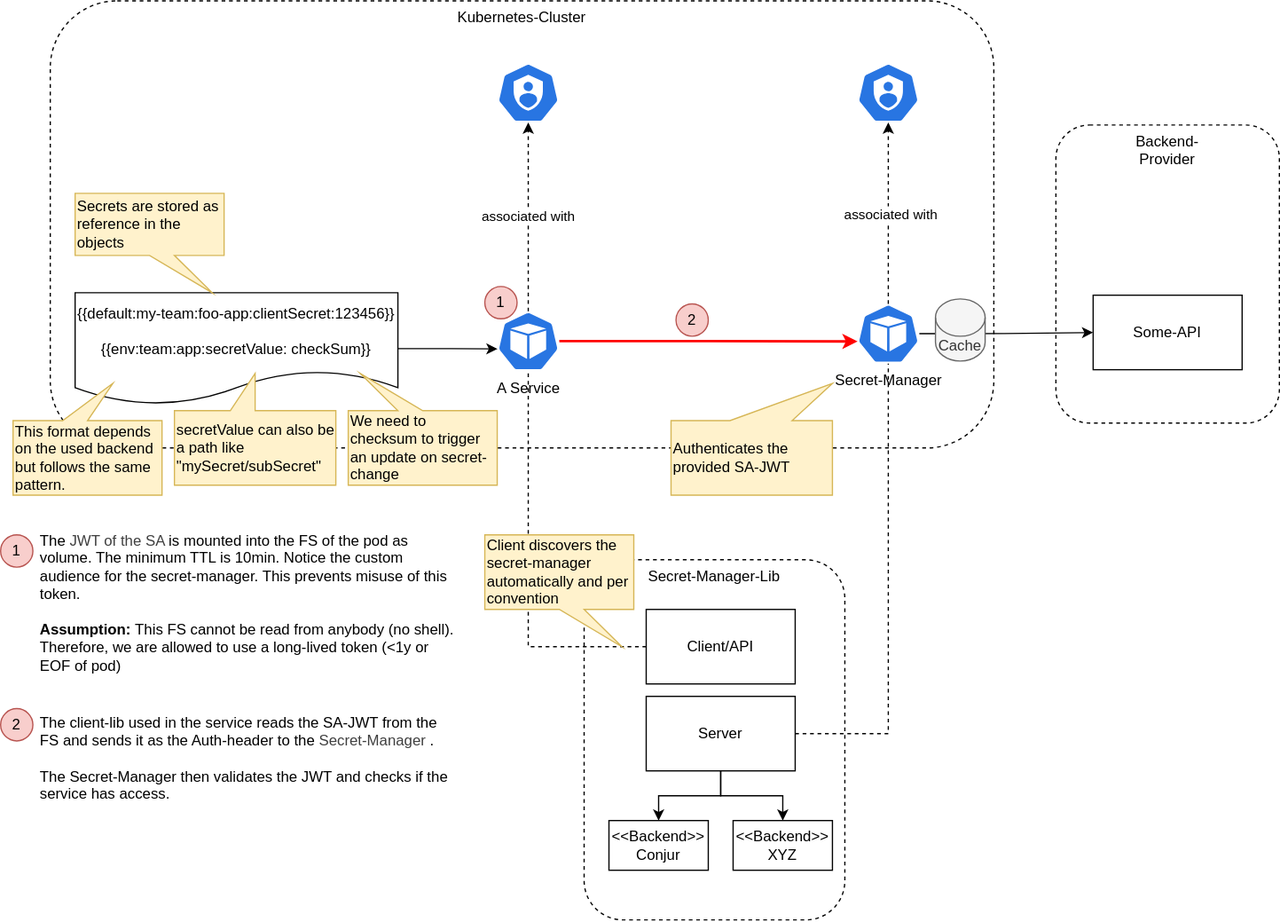
The draw.io diagram secret-manager/docs/overview.drawio.svg in telekom/controlplane, before a commit. Source tidied: cells renumbered, new cells last; positions are measured from the earlier drawing's top-left corner, leaving out a move shared by most shapes. The source it was exported from:
```xml
<mxGraphModel background="#ffffff">
  <root>
    <mxCell id="0" />
    <mxCell id="1" value="ct" parent="0" />
    <mxCell id="2" value="Secret-Manager-Lib" style="rounded=1;whiteSpace=wrap;html=1;fillColor=none;dashed=1;verticalAlign=top;" parent="1" vertex="1">
      <mxGeometry x="470" y="450" width="210" height="290" as="geometry" />
    </mxCell>
    <mxCell id="3" value="Kubernetes-Cluster" style="rounded=1;whiteSpace=wrap;html=1;fillColor=none;dashed=1;verticalAlign=top;" parent="1" vertex="1">
      <mxGeometry x="40" width="760" height="360" as="geometry" />
    </mxCell>
    <mxCell id="4" style="sketch=0;html=1;dashed=0;whitespace=wrap;verticalLabelPosition=bottom;verticalAlign=top;fillColor=#2875E2;strokeColor=#ffffff;points=[[0.005,0.63,0],[0.1,0.2,0],[0.9,0.2,0],[0.5,0,0],[0.995,0.63,0],[0.72,0.99,0],[0.5,1,0],[0.28,0.99,0]];shape=mxgraph.kubernetes.icon2;prIcon=sa;" parent="1" vertex="1">
      <mxGeometry x="400" y="50" width="50" height="48" as="geometry" />
    </mxCell>
    <mxCell id="5" value="associated with" style="edgeStyle=orthogonalEdgeStyle;rounded=0;jettySize=auto;html=1;dashed=1;" parent="1" edge="1" source="6" target="4">
      <mxGeometry relative="1" as="geometry" />
    </mxCell>
    <mxCell id="6" value="A Service" style="sketch=0;html=1;dashed=0;whitespace=wrap;verticalLabelPosition=bottom;verticalAlign=top;fillColor=#2875E2;strokeColor=#ffffff;points=[[0.005,0.63,0],[0.1,0.2,0],[0.9,0.2,0],[0.5,0,0],[0.995,0.63,0],[0.72,0.99,0],[0.5,1,0],[0.28,0.99,0]];shape=mxgraph.kubernetes.icon2;prIcon=pod;" parent="1" vertex="1">
      <mxGeometry x="400" y="250" width="50" height="48" as="geometry" />
    </mxCell>
    <mxCell id="7" value="&amp;nbsp;{{default:my-team:foo-app:clientSecret:123456}}&lt;br&gt;&lt;br&gt;&lt;div&gt;{{env:team:app:secretValue:&lt;span style=&quot;background-color: transparent; color: light-dark(rgb(0, 0, 0), rgb(255, 255, 255));&quot;&gt;checkSum}}&lt;/span&gt;&lt;/div&gt;" style="shape=document;whiteSpace=wrap;html=1;boundedLbl=1;" parent="1" vertex="1">
      <mxGeometry x="60" y="235" width="260" height="90" as="geometry" />
    </mxCell>
    <mxCell id="8" style="edgeStyle=orthogonalEdgeStyle;rounded=0;jettySize=auto;html=1;entryX=0.005;entryY=0.63;entryDx=0;entryDy=0;entryPerimeter=0;" parent="1" edge="1" source="7" target="6">
      <mxGeometry relative="1" as="geometry" />
    </mxCell>
    <mxCell id="9" value="Secrets are stored as reference in the objects" style="shape=callout;whiteSpace=wrap;html=1;perimeter=calloutPerimeter;position2=0.92;size=30;position=0.5;fillColor=#fff2cc;strokeColor=#d6b656;base=20;align=left;" parent="1" vertex="1">
      <mxGeometry x="60" y="155" width="120" height="80" as="geometry" />
    </mxCell>
    <mxCell id="10" style="edgeStyle=orthogonalEdgeStyle;rounded=0;jettySize=auto;html=1;elbow=vertical;curved=1;" parent="1" edge="1" source="11">
      <mxGeometry x="0.42" y="-2" relative="1" as="geometry">
        <mxPoint x="880" y="267.1" as="targetPoint" />
      </mxGeometry>
    </mxCell>
    <mxCell id="11" value="Secret-Manager" style="sketch=0;html=1;dashed=0;whitespace=wrap;verticalLabelPosition=bottom;verticalAlign=top;fillColor=#2875E2;strokeColor=#ffffff;points=[[0.005,0.63,0],[0.1,0.2,0],[0.9,0.2,0],[0.5,0,0],[0.995,0.63,0],[0.72,0.99,0],[0.5,1,0],[0.28,0.99,0]];shape=mxgraph.kubernetes.icon2;prIcon=pod;" parent="1" vertex="1">
      <mxGeometry x="690" y="244" width="50" height="48" as="geometry" />
    </mxCell>
    <mxCell id="12" style="edgeStyle=orthogonalEdgeStyle;rounded=0;jettySize=auto;html=1;entryX=0.005;entryY=0.63;entryDx=0;entryDy=0;entryPerimeter=0;fontColor=#FF0000;strokeColor=#FF0000;strokeWidth=2;" parent="1" edge="1" source="6" target="11">
      <mxGeometry relative="1" as="geometry" />
    </mxCell>
    <mxCell id="13" style="sketch=0;html=1;dashed=0;whitespace=wrap;verticalLabelPosition=bottom;verticalAlign=top;fillColor=#2875E2;strokeColor=#ffffff;shape=mxgraph.kubernetes.icon2;prIcon=sa;" parent="1" vertex="1">
      <mxGeometry x="690" y="50" width="50" height="48" as="geometry" />
    </mxCell>
    <mxCell id="14" style="edgeStyle=orthogonalEdgeStyle;rounded=0;orthogonalLoop=1;jettySize=auto;html=1;entryX=0.5;entryY=1;entryDx=0;entryDy=0;entryPerimeter=0;dashed=1;" parent="1" edge="1">
      <mxGeometry relative="1" as="geometry">
        <mxPoint x="715" y="244" as="sourcePoint" />
        <mxPoint x="715" y="98" as="targetPoint" />
      </mxGeometry>
    </mxCell>
    <mxCell id="15" value="associated with" style="edgeLabel;html=1;align=center;verticalAlign=middle;" parent="14" vertex="1">
      <mxGeometry x="-0.01" y="-1" relative="1" as="geometry" />
    </mxCell>
    <mxCell id="16" value="Authenticates the provided SA-JWT" style="shape=callout;whiteSpace=wrap;html=1;perimeter=calloutPerimeter;position2=0;size=30;position=0.25;fillColor=#fff2cc;strokeColor=#d6b656;base=50;align=left;direction=west;" parent="1" vertex="1">
      <mxGeometry x="540" y="308" width="130" height="90" as="geometry" />
    </mxCell>
    <mxCell id="17" value="Cache" style="shape=cylinder3;whiteSpace=wrap;html=1;boundedLbl=1;backgroundOutline=1;size=15;fillColor=#f5f5f5;fontColor=#333333;strokeColor=#666666;" parent="1" vertex="1">
      <mxGeometry x="753" y="240" width="40" height="50" as="geometry" />
    </mxCell>
    <mxCell id="18" style="edgeStyle=orthogonalEdgeStyle;rounded=0;jettySize=auto;html=1;dashed=1;endArrow=none;startFill=0;" parent="1" edge="1" source="19" target="6">
      <mxGeometry relative="1" as="geometry" />
    </mxCell>
    <mxCell id="19" value="Client/API" style="rounded=0;whiteSpace=wrap;html=1;" parent="1" vertex="1">
      <mxGeometry x="520" y="490" width="120" height="60" as="geometry" />
    </mxCell>
    <mxCell id="20" style="edgeStyle=orthogonalEdgeStyle;rounded=0;jettySize=auto;html=1;" parent="1" edge="1" source="22" target="23">
      <mxGeometry relative="1" as="geometry" />
    </mxCell>
    <mxCell id="21" style="edgeStyle=orthogonalEdgeStyle;rounded=0;jettySize=auto;html=1;" parent="1" edge="1" source="22" target="24">
      <mxGeometry relative="1" as="geometry" />
    </mxCell>
    <mxCell id="22" value="Server" style="rounded=0;whiteSpace=wrap;html=1;" parent="1" vertex="1">
      <mxGeometry x="520" y="560" width="120" height="60" as="geometry" />
    </mxCell>
    <mxCell id="23" value="&amp;lt;&amp;lt;Backend&amp;gt;&amp;gt;&lt;div&gt;Conjur&lt;/div&gt;" style="rounded=0;whiteSpace=wrap;html=1;" parent="1" vertex="1">
      <mxGeometry x="490" y="660" width="80" height="40" as="geometry" />
    </mxCell>
    <mxCell id="24" value="&amp;lt;&amp;lt;Backend&amp;gt;&amp;gt;&lt;div&gt;XYZ&lt;/div&gt;" style="rounded=0;whiteSpace=wrap;html=1;" parent="1" vertex="1">
      <mxGeometry x="590" y="660" width="80" height="40" as="geometry" />
    </mxCell>
    <mxCell id="25" style="edgeStyle=orthogonalEdgeStyle;rounded=0;jettySize=auto;html=1;entryX=0.5;entryY=1;entryDx=0;entryDy=0;entryPerimeter=0;dashed=1;endArrow=none;startFill=0;" parent="1" edge="1" source="22" target="11">
      <mxGeometry relative="1" as="geometry" />
    </mxCell>
    <mxCell id="26" value="We need to checksum to trigger an update on secret-change" style="shape=callout;whiteSpace=wrap;html=1;perimeter=calloutPerimeter;position2=0.92;size=30;position=0.5;fillColor=#fff2cc;strokeColor=#d6b656;base=20;align=left;direction=west;" parent="1" vertex="1">
      <mxGeometry x="280" y="300" width="120" height="90" as="geometry" />
    </mxCell>
    <mxCell id="27" value="secretValue can also be a path like &quot;mySecret/subSecret&quot;" style="shape=callout;whiteSpace=wrap;html=1;perimeter=calloutPerimeter;position2=0.5;size=30;position=0.5;fillColor=#fff2cc;strokeColor=#d6b656;base=20;align=left;direction=west;" parent="1" vertex="1">
      <mxGeometry x="140" y="300" width="130" height="90" as="geometry" />
    </mxCell>
    <mxCell id="28" value="Client discovers the secret-manager automatically and per convention" style="shape=callout;whiteSpace=wrap;html=1;perimeter=calloutPerimeter;position2=0.92;size=30;position=0.5;fillColor=#fff2cc;strokeColor=#d6b656;base=20;align=left;" parent="1" vertex="1">
      <mxGeometry x="390" y="430" width="120" height="90" as="geometry" />
    </mxCell>
    <mxCell id="29" value="&lt;font style=&quot;color: rgb(0, 0, 0);&quot;&gt;The&amp;nbsp;&lt;span style=&quot;color: rgb(63, 63, 63);&quot;&gt;JWT of the SA&amp;nbsp;&lt;/span&gt;is mounted into the FS of the pod as volume. The minimum TTL is 10min. Notice the custom audience for the secret-manager. This prevents misuse of this token.&lt;/font&gt;&lt;div&gt;&lt;font style=&quot;color: rgb(0, 0, 0);&quot;&gt;&lt;br&gt;&lt;/font&gt;&lt;/div&gt;&lt;div&gt;&lt;font style=&quot;color: rgb(0, 0, 0);&quot;&gt;&lt;b&gt;Assumption:&lt;/b&gt;&lt;span style=&quot;color: rgb(0, 0, 0);&quot;&gt;&amp;nbsp;This FS cannot be read from anybody (no shell). Therefore, we are allowed to use a long-lived token (&amp;lt;1y or EOF of pod)&lt;/span&gt;&lt;/font&gt;&lt;/div&gt;" style="text;html=1;align=left;verticalAlign=middle;whiteSpace=wrap;rounded=0;" parent="1" vertex="1">
      <mxGeometry x="30" y="420" width="340" height="130" as="geometry" />
    </mxCell>
    <mxCell id="30" value="1" style="ellipse;whiteSpace=wrap;html=1;fillColor=#f8cecc;strokeColor=#b85450;" parent="1" vertex="1">
      <mxGeometry y="430" width="26" height="26" as="geometry" />
    </mxCell>
    <mxCell id="31" value="1" style="ellipse;whiteSpace=wrap;html=1;fillColor=#f8cecc;strokeColor=#b85450;" parent="1" vertex="1">
      <mxGeometry x="390" y="230" width="26" height="26" as="geometry" />
    </mxCell>
    <mxCell id="32" value="2" style="ellipse;whiteSpace=wrap;html=1;fillColor=#f8cecc;strokeColor=#b85450;" parent="1" vertex="1">
      <mxGeometry y="569.9" width="26" height="26" as="geometry" />
    </mxCell>
    <mxCell id="33" value="2" style="ellipse;whiteSpace=wrap;html=1;fillColor=#f8cecc;strokeColor=#b85450;" parent="1" vertex="1">
      <mxGeometry x="544" y="244" width="26" height="26" as="geometry" />
    </mxCell>
    <mxCell id="34" value="&lt;div&gt;The client-lib used in the service reads the SA-JWT from the FS and sends it as the Auth-header to the&amp;nbsp;&lt;span style=&quot;color: rgb(63, 63, 63);&quot;&gt;Secret-Manager&lt;/span&gt;.&lt;/div&gt;&lt;div&gt;&lt;br&gt;&lt;/div&gt;&lt;div&gt;The Secret-Manager then validates the JWT and checks if the service has access.&lt;/div&gt;" style="text;html=1;align=left;verticalAlign=middle;whiteSpace=wrap;rounded=0;" parent="1" vertex="1">
      <mxGeometry x="30" y="559.9" width="340" height="100.1" as="geometry" />
    </mxCell>
    <mxCell id="35" value="Backend-&lt;br&gt;Provider" style="rounded=1;whiteSpace=wrap;html=1;fillColor=none;dashed=1;verticalAlign=top;" parent="1" vertex="1">
      <mxGeometry x="850" y="100" width="180" height="240" as="geometry" />
    </mxCell>
    <mxCell id="36" value="Some-API" style="rounded=0;whiteSpace=wrap;html=1;" parent="1" vertex="1">
      <mxGeometry x="880" y="237" width="120" height="60" as="geometry" />
    </mxCell>
    <mxCell id="37" value="This format depends on the used backend but follows the same pattern." style="shape=callout;whiteSpace=wrap;html=1;perimeter=calloutPerimeter;position2=0.33;size=30;position=0.5;fillColor=#fff2cc;strokeColor=#d6b656;base=20;align=left;direction=west;" parent="1" vertex="1">
      <mxGeometry x="10" y="308" width="120" height="90" as="geometry" />
    </mxCell>
  </root>
</mxGraphModel>
```
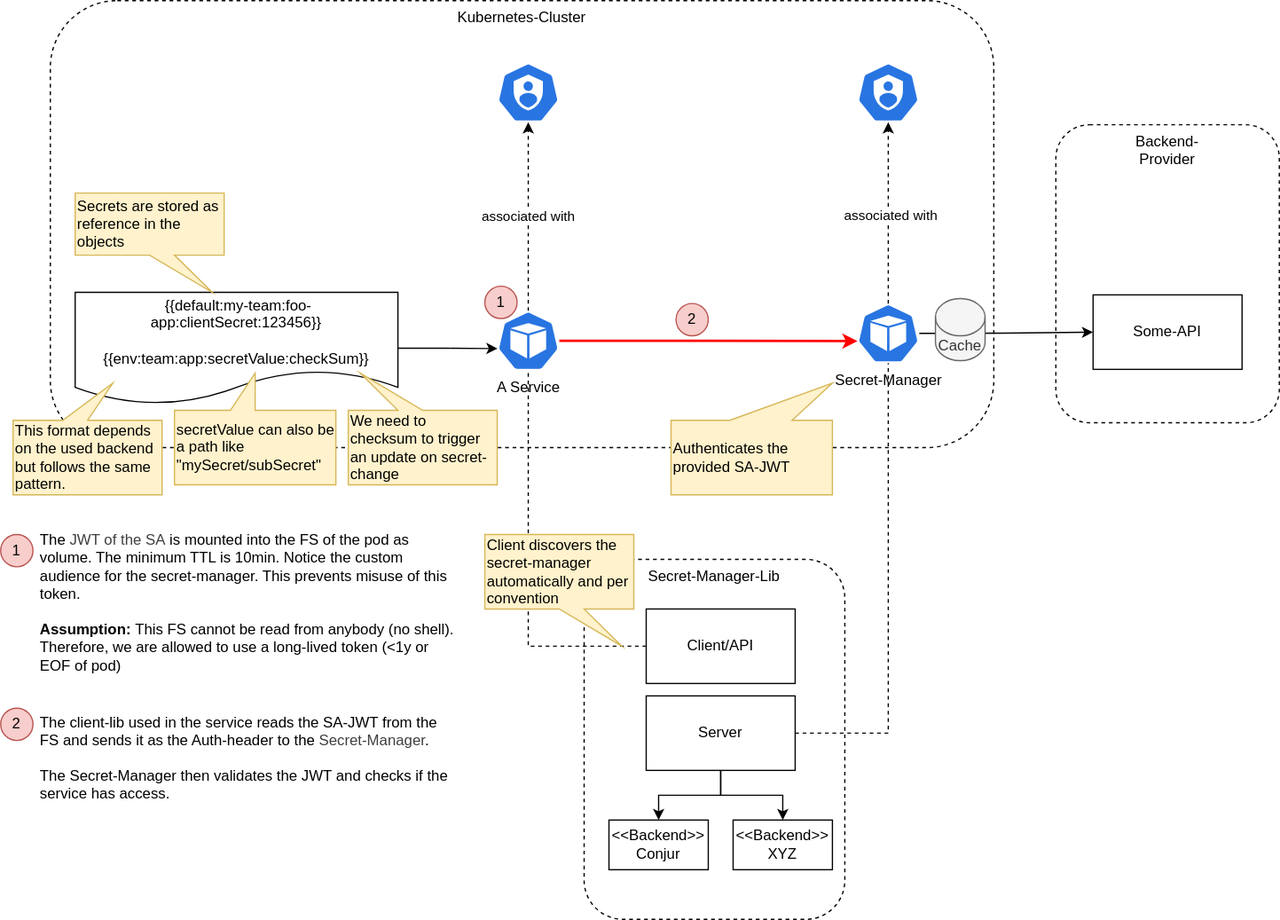
Later version of the same file.

What changed in the source:
```diff
@@ -17,7 +17,7 @@
     <mxCell id="6" value="A Service" style="sketch=0;html=1;dashed=0;whitespace=wrap;verticalLabelPosition=bottom;verticalAlign=top;fillColor=#2875E2;strokeColor=#ffffff;points=[[0.005,0.63,0],[0.1,0.2,0],[0.9,0.2,0],[0.5,0,0],[0.995,0.63,0],[0.72,0.99,0],[0.5,1,0],[0.28,0.99,0]];shape=mxgraph.kubernetes.icon2;prIcon=pod;" parent="1" vertex="1">
       <mxGeometry x="400" y="250" width="50" height="48" as="geometry" />
     </mxCell>
-    <mxCell id="7" value="&amp;nbsp;{{default:my-team:foo-app:clientSecret:123456}}&lt;br&gt;&lt;br&gt;&lt;div&gt;{{env:team:app:secretValue:&lt;span style=&quot;background-color: transparent; color: light-dark(rgb(0, 0, 0), rgb(255, 255, 255));&quot;&gt;checkSum}}&lt;/span&gt;&lt;/div&gt;" style="shape=document;whiteSpace=wrap;html=1;boundedLbl=1;" parent="1" vertex="1">
+    <mxCell id="7" value="&amp;nbsp;{{default:my-team:foo-app:clientSecret:123456}}&lt;br&gt;&lt;br&gt;&lt;div&gt;{{env:team:app:secretValue:&lt;span style=&quot;background-color: transparent; color: light-dark(rgb(0, 0, 0), rgb(255, 255, 255));&quot;&gt;checkSum}}&lt;/span&gt;&lt;/div&gt;" style="shape=document;whiteSpace=wrap;html=1;boundedLbl=1;fillColor=default;" parent="1" vertex="1">
       <mxGeometry x="60" y="235" width="260" height="90" as="geometry" />
     </mxCell>
     <mxCell id="8" style="edgeStyle=orthogonalEdgeStyle;rounded=0;jettySize=auto;html=1;entryX=0.005;entryY=0.63;entryDx=0;entryDy=0;entryPerimeter=0;" parent="1" edge="1" source="7" target="6">
```
